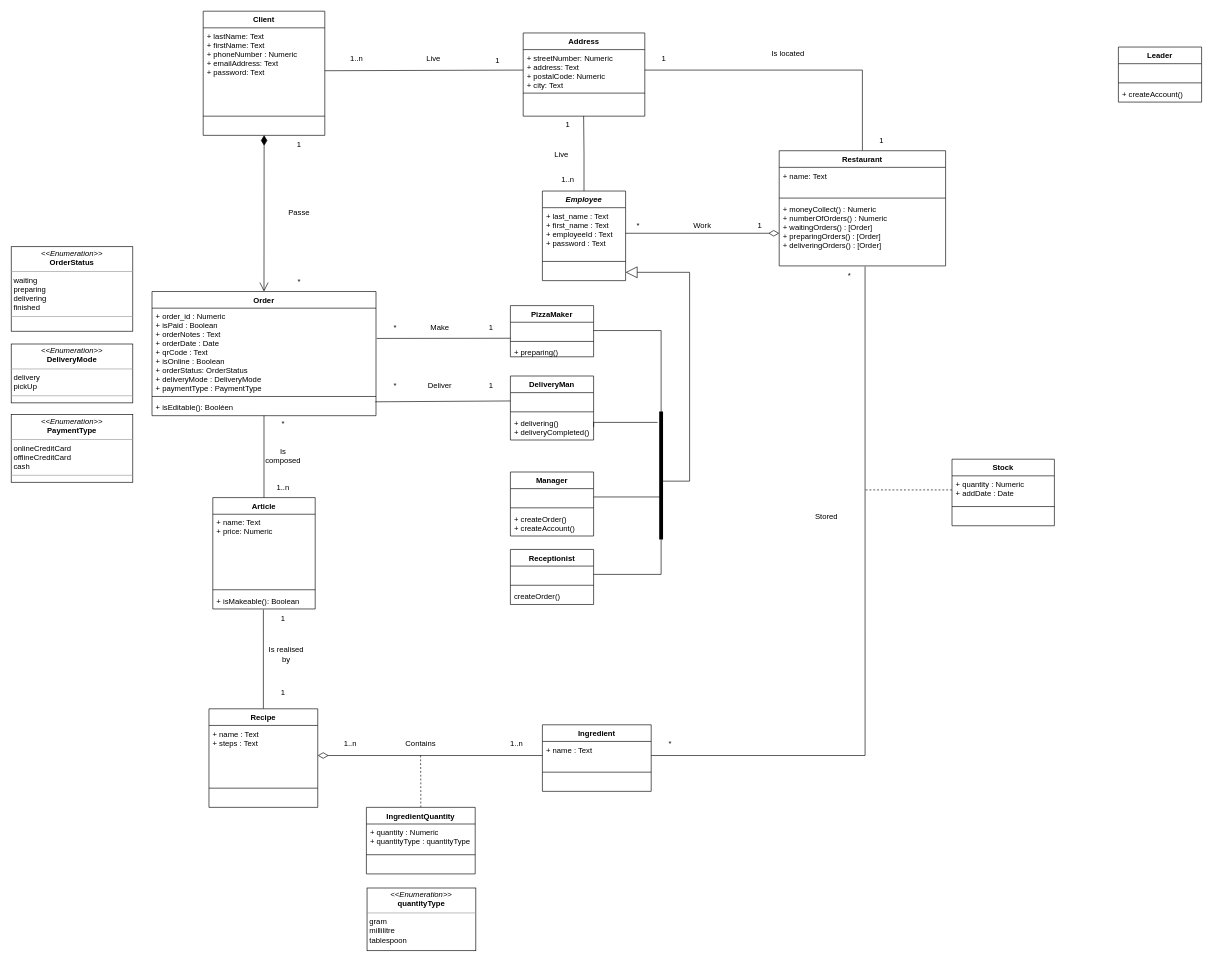
The draw.io diagram horn_mickael_1_diagramme_de_classe_062022.drawio in MickaeliOS/oc_pizza_7, before the edit. Source tidied: cells renumbered, new cells numbered last; positions are measured from the earlier drawing's top-left corner, leaving out a move shared by most shapes. Both pictures are drawn from the tidied source at 64%, with x=0, y=0 at pixel (11, 11).
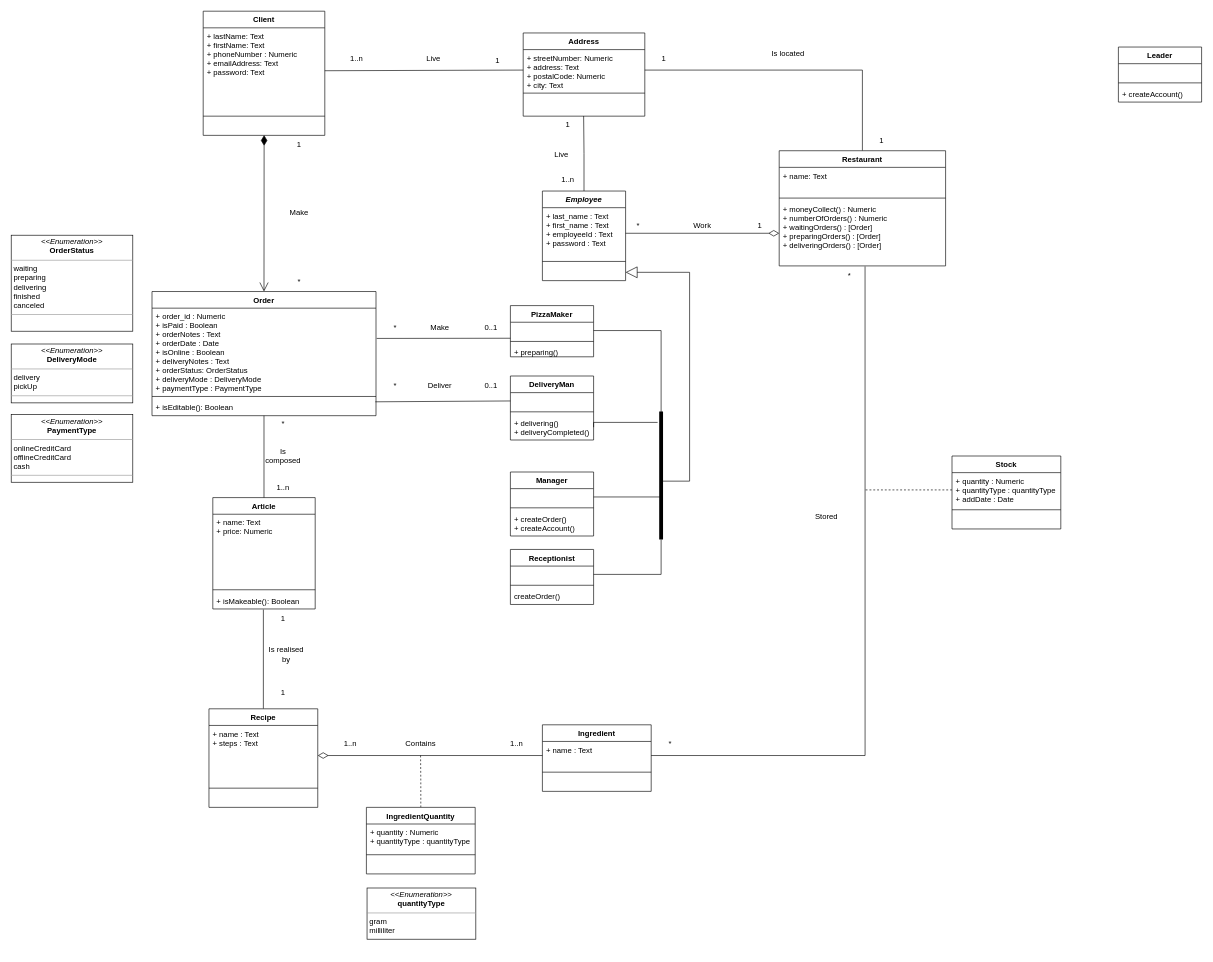
The same diagram, later.

The change refers to these unchanged cells:
```xml
<mxCell id="11" value="Order" style="swimlane;fontStyle=1;align=center;verticalAlign=top;horizontal=1;startSize=26;" parent="1" vertex="1">
  <mxGeometry x="220" y="438" width="350" height="194" as="geometry" />
</mxCell>
```

What changed in the source:
```diff
@@
-    <mxCell id="12" value="+ order_id : Numeric&#10;+ isPaid : Boolean&#10;+ orderNotes : Text&#10;+ orderDate : Date&#10;+ qrCode : Text&#10;+ isOnline : Boolean&#10;+ orderStatus: OrderStatus&#10;+ deliveryMode : DeliveryMode&#10;+ paymentType : PaymentType" style="text;strokeColor=none;fillColor=none;align=left;verticalAlign=top;spacingLeft=4;spacingRight=4;overflow=hidden;points=[[0,0.5],[1,0.5]];portConstraint=eastwest;" parent="11" vertex="1">
+    <mxCell id="12" value="+ order_id : Numeric&#10;+ isPaid : Boolean&#10;+ orderNotes : Text&#10;+ orderDate : Date&#10;+ isOnline : Boolean&#10;+ deliveryNotes : Text&#10;+ orderStatus: OrderStatus&#10;+ deliveryMode : DeliveryMode&#10;+ paymentType : PaymentType" style="text;strokeColor=none;fillColor=none;align=left;verticalAlign=top;spacingLeft=4;spacingRight=4;overflow=hidden;points=[[0,0.5],[1,0.5]];portConstraint=eastwest;" parent="11" vertex="1">
       <mxGeometry y="26" width="350" height="134" as="geometry" />
     </mxCell>
@@
-    <mxCell id="14" value="+ isEditable(): Booléen" style="text;strokeColor=none;fillColor=none;align=left;verticalAlign=top;spacingLeft=4;spacingRight=4;overflow=hidden;points=[[0,0.5],[1,0.5]];portConstraint=eastwest;" parent="11" vertex="1">
+    <mxCell id="14" value="+ isEditable(): Boolean" style="text;strokeColor=none;fillColor=none;align=left;verticalAlign=top;spacingLeft=4;spacingRight=4;overflow=hidden;points=[[0,0.5],[1,0.5]];portConstraint=eastwest;" parent="11" vertex="1">
       <mxGeometry y="168" width="350" height="26" as="geometry" />
     </mxCell>
@@
-    <mxCell id="58" value="Passe" style="text;html=1;strokeColor=none;fillColor=none;align=center;verticalAlign=middle;whiteSpace=wrap;rounded=0;" parent="1" vertex="1">
+    <mxCell id="58" value="Make" style="text;html=1;strokeColor=none;fillColor=none;align=center;verticalAlign=middle;whiteSpace=wrap;rounded=0;" parent="1" vertex="1">
       <mxGeometry x="420" y="300" width="60" height="30" as="geometry" />
     </mxCell>
@@
-    <mxCell id="87" value="1" style="text;html=1;strokeColor=none;fillColor=none;align=center;verticalAlign=middle;whiteSpace=wrap;rounded=0;" parent="1" vertex="1">
+    <mxCell id="87" value="0..1" style="text;html=1;strokeColor=none;fillColor=none;align=center;verticalAlign=middle;whiteSpace=wrap;rounded=0;" parent="1" vertex="1">
       <mxGeometry x="720" y="480" width="60" height="30" as="geometry" />
     </mxCell>
@@
-    <mxCell id="91" value="1" style="text;html=1;strokeColor=none;fillColor=none;align=center;verticalAlign=middle;whiteSpace=wrap;rounded=0;" parent="1" vertex="1">
+    <mxCell id="91" value="0..1" style="text;html=1;strokeColor=none;fillColor=none;align=center;verticalAlign=middle;whiteSpace=wrap;rounded=0;" parent="1" vertex="1">
       <mxGeometry x="720" y="570" width="60" height="30" as="geometry" />
     </mxCell>
@@
     <mxCell id="93" value="Stock" style="swimlane;fontStyle=1;align=center;verticalAlign=top;horizontal=1;startSize=26;" parent="1" vertex="1">
-      <mxGeometry x="1470" y="700" width="160" height="104" as="geometry" />
+      <mxGeometry x="1470" y="695" width="170" height="114" as="geometry" />
     </mxCell>
-    <mxCell id="94" value="+ quantity : Numeric&#10;+ addDate : Date" style="text;strokeColor=none;fillColor=none;align=left;verticalAlign=top;spacingLeft=4;spacingRight=4;overflow=hidden;points=[[0,0.5],[1,0.5]];portConstraint=eastwest;" parent="93" vertex="1">
-      <mxGeometry y="26" width="160" height="44" as="geometry" />
+    <mxCell id="94" value="+ quantity : Numeric&#10;+ quantityType : quantityType&#10;+ addDate : Date" style="text;strokeColor=none;fillColor=none;align=left;verticalAlign=top;spacingLeft=4;spacingRight=4;overflow=hidden;points=[[0,0.5],[1,0.5]];portConstraint=eastwest;" parent="93" vertex="1">
+      <mxGeometry y="26" width="170" height="54" as="geometry" />
     </mxCell>
     <mxCell id="95" style="line;strokeWidth=1;fillColor=none;align=left;verticalAlign=middle;spacingTop=-1;spacingLeft=3;spacingRight=3;labelPosition=right;" parent="93" vertex="1">
-      <mxGeometry y="70" width="160" height="8" as="geometry" />
+      <mxGeometry y="80" width="170" height="8" as="geometry" />
     </mxCell>
     <mxCell id="96" value=" " style="text;strokeColor=none;fillColor=none;align=left;verticalAlign=top;spacingLeft=4;spacingRight=4;overflow=hidden;" parent="93" vertex="1">
-      <mxGeometry y="78" width="160" height="26" as="geometry" />
+      <mxGeometry y="88" width="170" height="26" as="geometry" />
     </mxCell>
@@
-    <mxCell id="107" value="&lt;p style=&quot;margin:0px;margin-top:4px;text-align:center;&quot;&gt;&lt;i&gt;&amp;lt;&amp;lt;Enumeration&amp;gt;&amp;gt;&lt;/i&gt;&lt;br&gt;&lt;b&gt;OrderStatus&lt;/b&gt;&lt;/p&gt;&lt;hr size=&quot;1&quot;&gt;&lt;p style=&quot;margin:0px;margin-left:4px;&quot;&gt;waiting&lt;/p&gt;&lt;p style=&quot;margin:0px;margin-left:4px;&quot;&gt;preparing&lt;/p&gt;&lt;p style=&quot;margin:0px;margin-left:4px;&quot;&gt;delivering&lt;/p&gt;&lt;p style=&quot;margin:0px;margin-left:4px;&quot;&gt;finished&lt;/p&gt;&lt;hr size=&quot;1&quot;&gt;&lt;p style=&quot;margin:0px;margin-left:4px;&quot;&gt;&lt;br&gt;&lt;/p&gt;" style="verticalAlign=top;align=left;overflow=fill;fontSize=12;fontFamily=Helvetica;html=1;strokeColor=#000000;" parent="1" vertex="1">
-      <mxGeometry y="368" width="190" height="132" as="geometry" />
+    <mxCell id="107" value="&lt;p style=&quot;margin:0px;margin-top:4px;text-align:center;&quot;&gt;&lt;i&gt;&amp;lt;&amp;lt;Enumeration&amp;gt;&amp;gt;&lt;/i&gt;&lt;br&gt;&lt;b&gt;OrderStatus&lt;/b&gt;&lt;/p&gt;&lt;hr size=&quot;1&quot;&gt;&lt;p style=&quot;margin:0px;margin-left:4px;&quot;&gt;waiting&lt;/p&gt;&lt;p style=&quot;margin:0px;margin-left:4px;&quot;&gt;preparing&lt;/p&gt;&lt;p style=&quot;margin:0px;margin-left:4px;&quot;&gt;delivering&lt;/p&gt;&lt;p style=&quot;margin:0px;margin-left:4px;&quot;&gt;finished&lt;/p&gt;&lt;p style=&quot;margin:0px;margin-left:4px;&quot;&gt;canceled&lt;/p&gt;&lt;hr size=&quot;1&quot;&gt;&lt;p style=&quot;margin:0px;margin-left:4px;&quot;&gt;&lt;br&gt;&lt;/p&gt;" style="verticalAlign=top;align=left;overflow=fill;fontSize=12;fontFamily=Helvetica;html=1;strokeColor=#000000;" parent="1" vertex="1">
+      <mxGeometry y="350" width="190" height="150" as="geometry" />
     </mxCell>
@@
-    <mxCell id="117" value="&lt;p style=&quot;margin:0px;margin-top:4px;text-align:center;&quot;&gt;&lt;i&gt;&amp;lt;&amp;lt;Enumeration&amp;gt;&amp;gt;&lt;/i&gt;&lt;br&gt;&lt;b&gt;quantityType&lt;/b&gt;&lt;/p&gt;&lt;hr size=&quot;1&quot;&gt;&lt;p style=&quot;margin:0px;margin-left:4px;&quot;&gt;gram&lt;/p&gt;&lt;p style=&quot;margin:0px;margin-left:4px;&quot;&gt;millilitre&lt;/p&gt;&lt;p style=&quot;margin:0px;margin-left:4px;&quot;&gt;tablespoon&lt;/p&gt;&lt;p style=&quot;margin:0px;margin-left:4px;&quot;&gt;&lt;br&gt;&lt;/p&gt;&lt;p style=&quot;margin:0px;margin-left:4px;&quot;&gt;&lt;br&gt;&lt;/p&gt;&lt;p style=&quot;margin:0px;margin-left:4px;&quot;&gt;&lt;br&gt;&lt;/p&gt;&lt;hr size=&quot;1&quot;&gt;&lt;p style=&quot;margin:0px;margin-left:4px;&quot;&gt;&lt;br&gt;&lt;/p&gt;" style="verticalAlign=top;align=left;overflow=fill;fontSize=12;fontFamily=Helvetica;html=1;strokeColor=#000000;" parent="1" vertex="1">
-      <mxGeometry x="556" y="1370" width="170" height="98" as="geometry" />
+    <mxCell id="117" value="&lt;p style=&quot;margin:0px;margin-top:4px;text-align:center;&quot;&gt;&lt;i&gt;&amp;lt;&amp;lt;Enumeration&amp;gt;&amp;gt;&lt;/i&gt;&lt;br&gt;&lt;b&gt;quantityType&lt;/b&gt;&lt;/p&gt;&lt;hr size=&quot;1&quot;&gt;&lt;p style=&quot;margin:0px;margin-left:4px;&quot;&gt;gram&lt;/p&gt;&lt;p style=&quot;margin:0px;margin-left:4px;&quot;&gt;milliliter&lt;/p&gt;&lt;p style=&quot;margin:0px;margin-left:4px;&quot;&gt;&lt;br&gt;&lt;/p&gt;&lt;p style=&quot;margin:0px;margin-left:4px;&quot;&gt;&lt;br&gt;&lt;/p&gt;&lt;p style=&quot;margin:0px;margin-left:4px;&quot;&gt;&lt;br&gt;&lt;/p&gt;&lt;hr size=&quot;1&quot;&gt;&lt;p style=&quot;margin:0px;margin-left:4px;&quot;&gt;&lt;br&gt;&lt;/p&gt;" style="verticalAlign=top;align=left;overflow=fill;fontSize=12;fontFamily=Helvetica;html=1;strokeColor=#000000;" parent="1" vertex="1">
+      <mxGeometry x="556" y="1370" width="170" height="80" as="geometry" />
     </mxCell>
```
